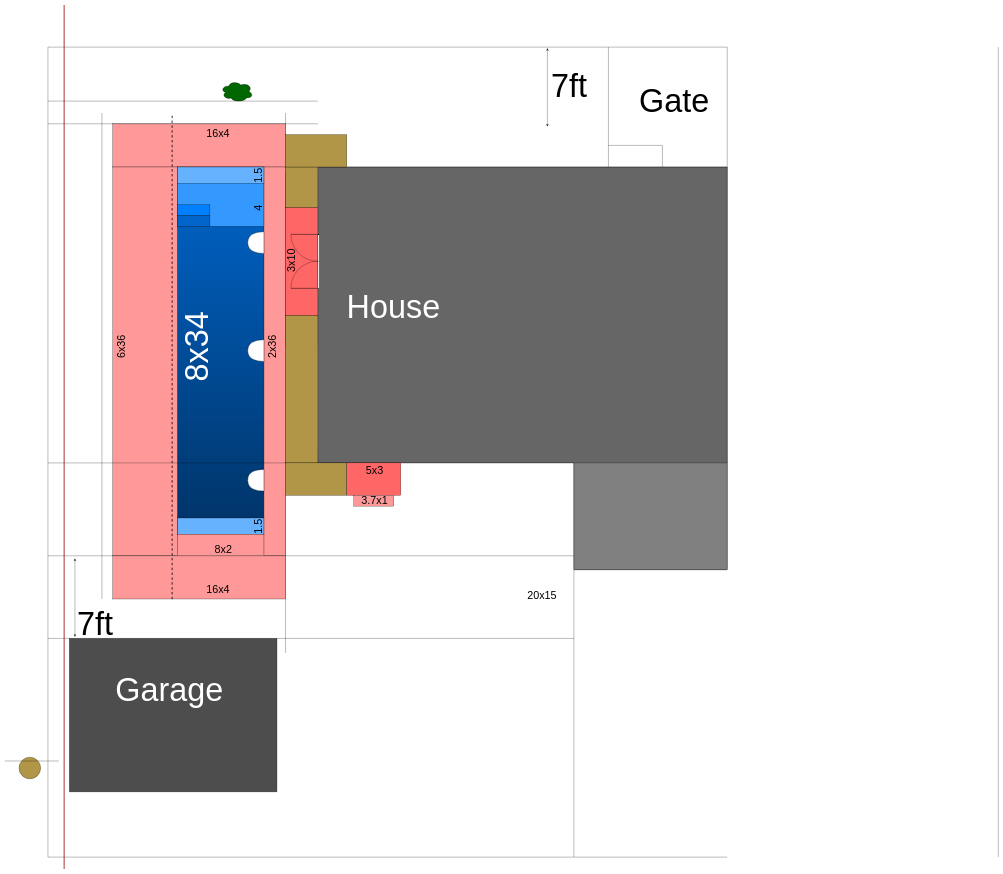
Earlier version of the draw.io diagram Pool.drawio (hikumealan/draw-io-diagrams). Source tidied: cells renumbered, new cells numbered last; positions are measured from the earlier drawing's top-left corner, leaving out a move shared by most shapes. Both pictures are drawn from the tidied source at 27%, with x=0, y=0 at pixel (5, 5).
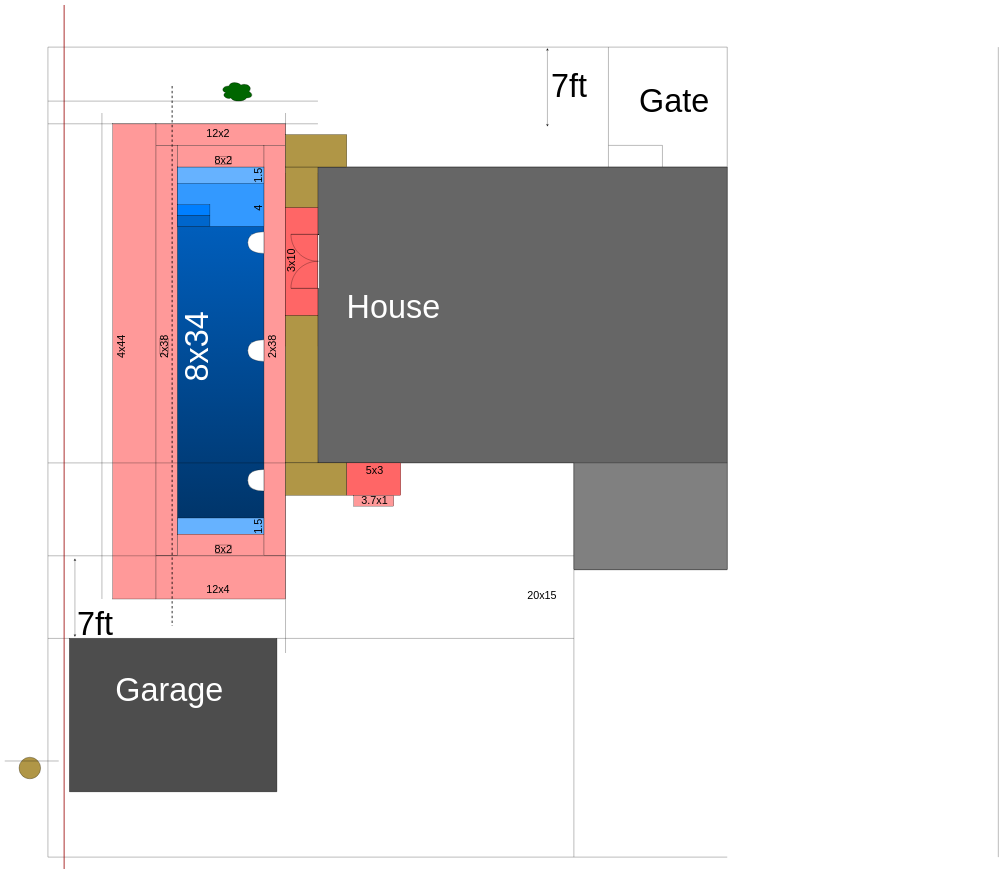
After the change.

Change to the diagram source:
```diff
@@
+    <mxCell id="82" style="rounded=0;whiteSpace=wrap;html=1;fillColor=#FF9999;strokeColor=default;fontColor=default;" parent="1" vertex="1">
+      <mxGeometry x="560" y="520" width="80" height="1520" as="geometry" />
+    </mxCell>
-    <mxCell id="2" style="rounded=0;whiteSpace=wrap;html=1;fontSize=40;fontColor=#000000;fillColor=#FF9999;gradientColor=none;gradientDirection=north;" parent="1" vertex="1">
-      <mxGeometry x="400" y="440" width="640" height="160" as="geometry" />
+    <mxCell id="2" style="rounded=0;whiteSpace=wrap;html=1;fontSize=40;fontColor=#000000;fillColor=#FF9999;gradientColor=none;gradientDirection=north;strokeColor=default;" parent="1" vertex="1">
+      <mxGeometry x="560" y="440" width="480" height="80" as="geometry" />
     </mxCell>
-    <mxCell id="3" style="rounded=0;whiteSpace=wrap;html=1;fontSize=40;fontColor=#000000;fillColor=#FF9999;gradientColor=none;gradientDirection=north;" parent="1" vertex="1">
-      <mxGeometry x="400" y="2040" width="640" height="160" as="geometry" />
+    <mxCell id="3" style="rounded=0;whiteSpace=wrap;html=1;fontSize=40;fontColor=#000000;fillColor=#FF9999;gradientColor=none;gradientDirection=north;strokeColor=default;" parent="1" vertex="1">
+      <mxGeometry x="560" y="2040" width="480" height="160" as="geometry" />
     </mxCell>
@@
-    <mxCell id="5" style="rounded=0;whiteSpace=wrap;html=1;fillColor=#FF9999;" parent="1" vertex="1">
-      <mxGeometry x="960" y="600" width="80" height="1440" as="geometry" />
+    <mxCell id="5" style="rounded=0;whiteSpace=wrap;html=1;fillColor=#FF9999;strokeColor=default;fontColor=default;" parent="1" vertex="1">
+      <mxGeometry x="960" y="520" width="80" height="1520" as="geometry" />
     </mxCell>
-    <mxCell id="6" style="rounded=0;whiteSpace=wrap;html=1;fontSize=120;fillColor=#FF9999;gradientColor=none;gradientDirection=north;" parent="1" vertex="1">
-      <mxGeometry x="400" y="600" width="240" height="1440" as="geometry" />
+    <mxCell id="6" style="rounded=0;whiteSpace=wrap;html=1;fontSize=120;fillColor=#FF9999;gradientColor=none;gradientDirection=north;strokeColor=default;fontColor=default;" parent="1" vertex="1">
+      <mxGeometry x="400" y="440" width="160" height="1760" as="geometry" />
     </mxCell>
@@
-    <mxCell id="36" style="endArrow=none;html=1;rounded=0;" parent="1" edge="1">
+    <mxCell id="36" style="endArrow=none;html=1;rounded=0;strokeColor=default;labelBackgroundColor=default;fontColor=default;" parent="1" edge="1">
       <mxGeometry relative="1" as="geometry">
         <mxPoint x="1040" y="400" as="sourcePoint" />
         <mxPoint x="1040" y="2400" as="targetPoint" />
       </mxGeometry>
     </mxCell>
@@
-    <mxCell id="51" style="rounded=0;whiteSpace=wrap;html=1;fontSize=120;fillColor=#FF9999;gradientColor=none;gradientDirection=north;" parent="1" vertex="1">
+    <mxCell id="51" style="rounded=0;whiteSpace=wrap;html=1;fontSize=120;fillColor=#FF9999;gradientColor=none;gradientDirection=north;strokeColor=default;fontColor=default;" parent="1" vertex="1">
       <mxGeometry x="640" y="1960" width="320" height="80" as="geometry" />
     </mxCell>
@@
-    <mxCell id="53" style="endArrow=none;html=1;rounded=0;fontSize=120;dashed=1;strokeWidth=3;" parent="1" edge="1">
+    <mxCell id="53" style="endArrow=none;html=1;rounded=0;fontSize=120;dashed=1;strokeWidth=3;strokeColor=default;labelBackgroundColor=default;fontColor=default;" parent="1" edge="1">
       <mxGeometry relative="1" as="geometry">
-        <mxPoint x="620" y="410" as="sourcePoint" />
-        <mxPoint x="620" y="2210" as="targetPoint" />
+        <mxPoint x="620" y="300" as="sourcePoint" />
+        <mxPoint x="620" y="2300" as="targetPoint" />
       </mxGeometry>
     </mxCell>
@@
-    <mxCell id="56" value="8x2" style="text;html=1;strokeColor=none;fillColor=none;align=center;verticalAlign=middle;whiteSpace=wrap;rounded=0;fontSize=40;fontColor=#000000;" parent="1" vertex="1">
+    <mxCell id="56" value="8x2" style="text;html=1;strokeColor=default;fillColor=none;align=center;verticalAlign=middle;whiteSpace=wrap;rounded=0;fontSize=40;fontColor=default;" parent="1" vertex="1">
       <mxGeometry x="780" y="2000" width="60" height="30" as="geometry" />
     </mxCell>
-    <mxCell id="57" value="6x36" style="text;html=1;strokeColor=none;fillColor=none;align=center;verticalAlign=middle;whiteSpace=wrap;rounded=0;fontSize=40;fontColor=#000000;rotation=270;" parent="1" vertex="1">
+    <mxCell id="57" value="4x44" style="text;html=1;strokeColor=none;fillColor=none;align=center;verticalAlign=middle;whiteSpace=wrap;rounded=0;fontSize=40;fontColor=#000000;rotation=270;" parent="1" vertex="1">
       <mxGeometry x="400" y="1250" width="60" height="30" as="geometry" />
     </mxCell>
-    <mxCell id="58" value="2x36" style="text;html=1;strokeColor=none;fillColor=none;align=center;verticalAlign=middle;whiteSpace=wrap;rounded=0;fontSize=40;fontColor=#000000;rotation=270;" parent="1" vertex="1">
+    <mxCell id="58" value="2x38" style="text;html=1;strokeColor=none;fillColor=none;align=center;verticalAlign=middle;whiteSpace=wrap;rounded=0;fontSize=40;fontColor=#000000;rotation=270;" parent="1" vertex="1">
       <mxGeometry x="960" y="1250" width="60" height="30" as="geometry" />
     </mxCell>
@@
-    <mxCell id="67" value="16x4" style="text;html=1;strokeColor=none;fillColor=none;align=center;verticalAlign=middle;whiteSpace=wrap;rounded=0;fontSize=40;fontColor=#000000;" parent="1" vertex="1">
+    <mxCell id="67" value="12x2" style="text;html=1;strokeColor=none;fillColor=none;align=center;verticalAlign=middle;whiteSpace=wrap;rounded=0;fontSize=40;fontColor=#000000;" parent="1" vertex="1">
       <mxGeometry x="760" y="460" width="60" height="30" as="geometry" />
     </mxCell>
-    <mxCell id="68" value="16x4" style="text;html=1;strokeColor=none;fillColor=none;align=center;verticalAlign=middle;whiteSpace=wrap;rounded=0;fontSize=40;fontColor=#000000;" parent="1" vertex="1">
+    <mxCell id="68" value="12x4" style="text;html=1;strokeColor=none;fillColor=none;align=center;verticalAlign=middle;whiteSpace=wrap;rounded=0;fontSize=40;fontColor=#000000;" parent="1" vertex="1">
       <mxGeometry x="760" y="2150" width="60" height="30" as="geometry" />
     </mxCell>
@@
+    <mxCell id="83" value="2x38" style="text;html=1;strokeColor=default;fillColor=none;align=center;verticalAlign=middle;whiteSpace=wrap;rounded=0;fontSize=40;fontColor=default;rotation=270;" parent="1" vertex="1">
+      <mxGeometry x="560" y="1250" width="60" height="30" as="geometry" />
+    </mxCell>
+    <mxCell id="84" style="rounded=0;whiteSpace=wrap;html=1;fontSize=120;fillColor=#FF9999;gradientColor=none;gradientDirection=north;strokeColor=default;fontColor=default;" parent="1" vertex="1">
+      <mxGeometry x="640" y="520" width="320" height="80" as="geometry" />
+    </mxCell>
+    <mxCell id="85" value="8x2" style="text;html=1;strokeColor=default;fillColor=none;align=center;verticalAlign=middle;whiteSpace=wrap;rounded=0;fontSize=40;fontColor=default;" parent="1" vertex="1">
+      <mxGeometry x="780" y="560" width="60" height="30" as="geometry" />
+    </mxCell>
```
